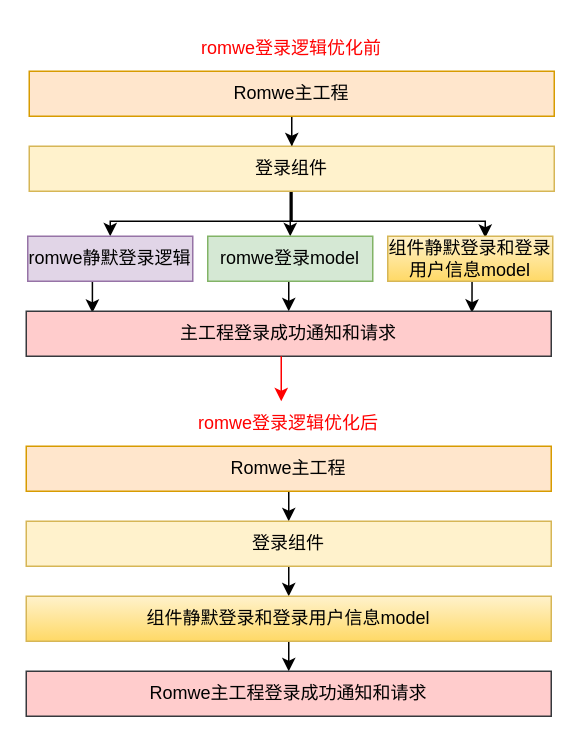
Before: 登录信息重构.drawio in zhoubo6419/ZBTestLib, a draw.io diagram. Source tidied: cells renumbered, new cells numbered last; positions are measured from the earlier drawing's top-left corner, leaving out a move shared by most shapes. Both pictures are drawn from the tidied source at 150%, with x=0, y=0 at pixel (26, 26).
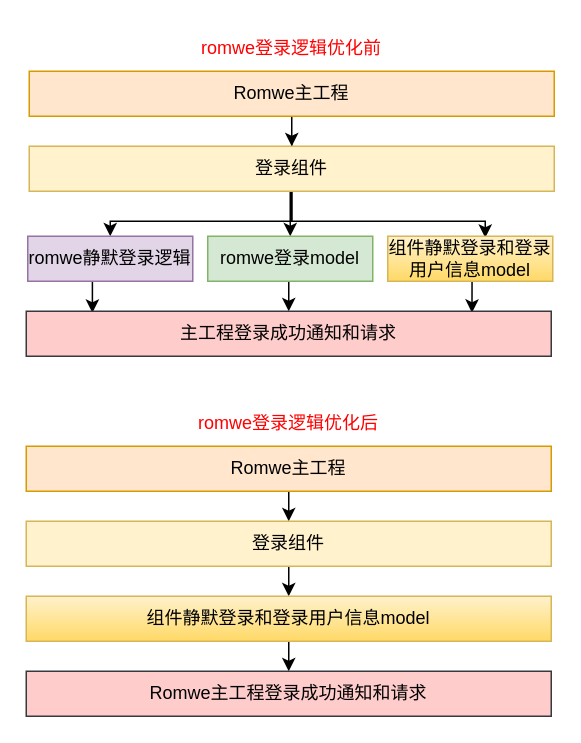
The same page after the edit.

Commit message:
更新登录信息重构.drawio

Change to the diagram source:
```diff
@@
-    <mxCell id="24" style="endArrow=classic;html=1;rounded=0;fontColor=#FF0000;strokeColor=#FF0000;" parent="1" edge="1">
-      <mxGeometry relative="1" as="geometry">
-        <mxPoint x="170" y="220" as="sourcePoint" />
-        <mxPoint x="170" y="250" as="targetPoint" />
-      </mxGeometry>
-    </mxCell>
```
